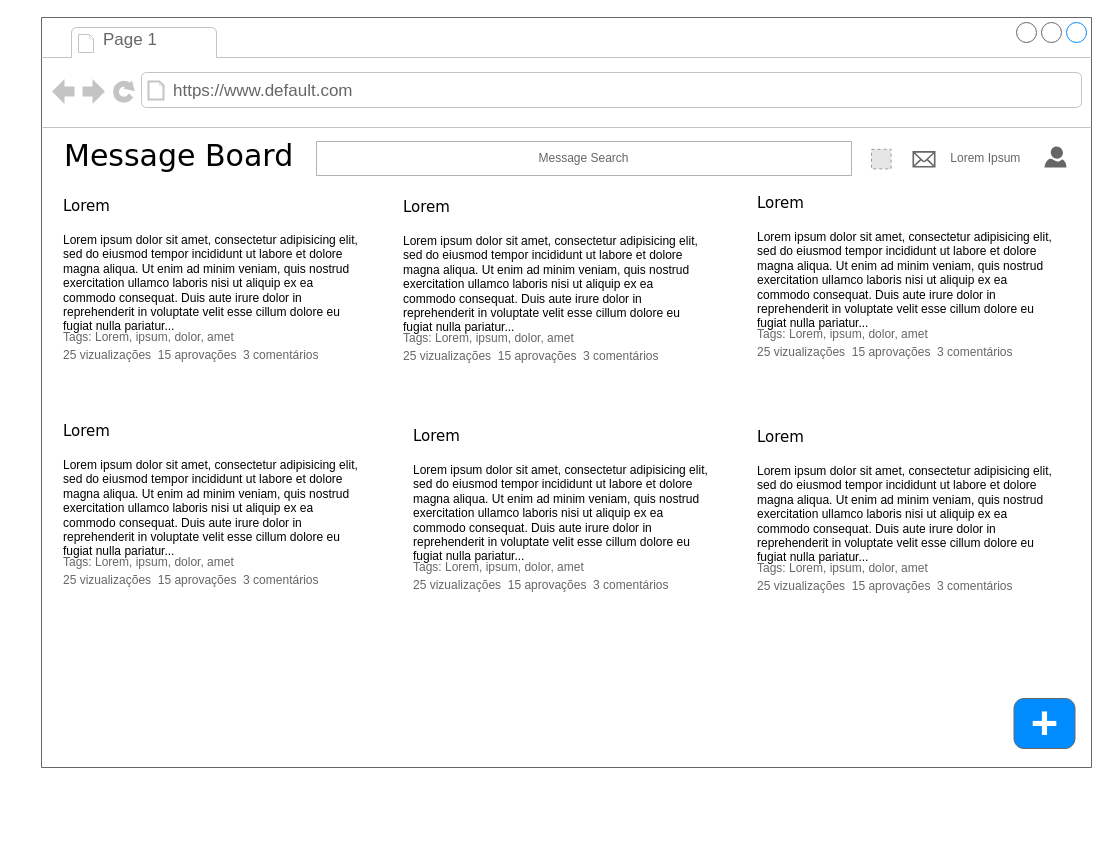
johnywalves/message-board-frontend keeps this draw.io diagram as page "home" (1 of 6) of wireframe/messageboard.drawio. Above is the earlier version. Source tidied: cells renumbered, new cells numbered last; positions are measured from the earlier drawing's top-left corner, leaving out a move shared by most shapes. Both pictures are drawn from the tidied source at 100%, with x=0, y=0 at pixel (41, 17). Pictures stored in the file or linked from it are replaced by grey dashed boxes.
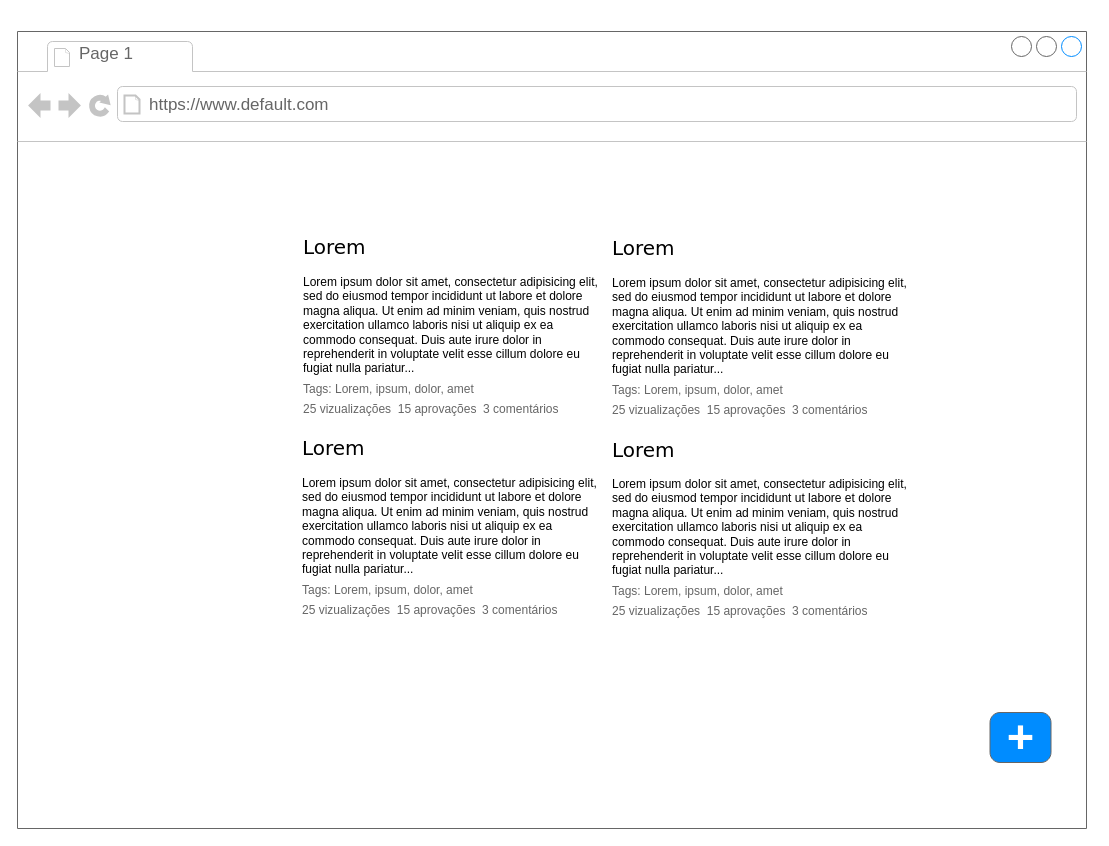
The same page after the edit.

The edit, as a diff of the source:
```diff
@@
-    <mxCell id="2" style="group;" parent="1" vertex="1">
-      <mxGeometry width="1050" height="750" as="geometry" />
-    </mxCell>
-    <mxCell id="3" style="strokeWidth=1;shadow=0;dashed=0;align=center;html=1;shape=mxgraph.mockup.containers.browserWindow;rSize=0;fillColor=#ffffff;strokeColor=#666666;mainText=,;rounded=0;labelBackgroundColor=none;fontFamily=Verdana;fontSize=12;fontColor=#000000;" parent="2" vertex="1">
-      <mxGeometry width="1050" height="750" as="geometry" />
-    </mxCell>
+    <mxCell id="44" style="strokeWidth=1;shadow=0;dashed=0;align=center;html=1;shape=mxgraph.mockup.containers.browserWindow;rSize=0;fillColor=#ffffff;strokeColor=#666666;mainText=,;rounded=0;labelBackgroundColor=none;fontFamily=Verdana;fontSize=12;fontColor=#000000;" parent="1" vertex="1">
+      <mxGeometry x="-24" y="14" width="1069" height="797" as="geometry" />
+    </mxCell>
-    <mxCell id="4" value="Page 1" style="strokeWidth=1;shadow=0;dashed=0;align=center;html=1;shape=mxgraph.mockup.containers.anchor;fontSize=17;fontColor=#666666;align=left;" parent="3" vertex="1">
+    <mxCell id="4" value="Page 1" style="strokeWidth=1;shadow=0;dashed=0;align=center;html=1;shape=mxgraph.mockup.containers.anchor;fontSize=17;fontColor=#666666;align=left;" parent="44" vertex="1">
       <mxGeometry x="60" y="11" width="110" height="23.8" as="geometry" />
     </mxCell>
-    <mxCell id="5" value="https://www.default.com" style="strokeWidth=1;shadow=0;dashed=0;align=center;html=1;shape=mxgraph.mockup.containers.anchor;rSize=0;fontSize=17;fontColor=#666666;align=left;" parent="3" vertex="1">
+    <mxCell id="5" value="https://www.default.com" style="strokeWidth=1;shadow=0;dashed=0;align=center;html=1;shape=mxgraph.mockup.containers.anchor;rSize=0;fontSize=17;fontColor=#666666;align=left;" parent="44" vertex="1">
       <mxGeometry x="130" y="61.9" width="250" height="23.8" as="geometry" />
     </mxCell>
-    <mxCell id="6" style="group;" parent="3" vertex="1">
-      <mxGeometry x="20" y="177" width="300" height="170.6" as="geometry" />
-    </mxCell>
-    <mxCell id="7" value="Lorem" style="text;html=1;align=left;verticalAlign=top;spacingTop=-4;fontSize=15;fontFamily=Verdana;fontColor=#000000;" parent="6" vertex="1">
-      <mxGeometry width="170" height="26.5" as="geometry" />
-    </mxCell>
-    <mxCell id="8" value="Lorem ipsum dolor sit amet, consectetur adipisicing elit, sed do eiusmod tempor incididunt ut labore et dolore magna aliqua. Ut enim ad minim veniam, quis nostrud exercitation ullamco laboris nisi ut aliquip ex ea commodo consequat. Duis aute irure dolor in reprehenderit in voluptate velit esse cillum dolore eu fugiat nulla pariatur..." style="text;spacingTop=-5;fillColor=#ffffff;whiteSpace=wrap;html=1;align=left;fontSize=12;fontFamily=Helvetica;fillColor=none;strokeColor=none;rounded=0;shadow=1;labelBackgroundColor=none;" parent="6" vertex="1">
-      <mxGeometry y="37" width="300" height="97" as="geometry" />
-    </mxCell>
-    <mxCell id="9" value="&lt;font color=&quot;#666666&quot;&gt;Tags: Lorem, ipsum, dolor, amet&lt;/font&gt;" style="text;spacingTop=-5;fillColor=#ffffff;whiteSpace=wrap;html=1;align=left;fontSize=12;fontFamily=Helvetica;fillColor=none;strokeColor=none;rounded=0;shadow=1;labelBackgroundColor=none;" parent="6" vertex="1">
-      <mxGeometry y="134" width="300" height="18.3" as="geometry" />
-    </mxCell>
-    <mxCell id="10" value="&lt;font color=&quot;#666666&quot;&gt;25 vizualizações&amp;nbsp;&amp;nbsp;&lt;span&gt;15 a&lt;/span&gt;provações&amp;nbsp; 3 comentários&lt;/font&gt;" style="text;spacingTop=-5;fillColor=#ffffff;whiteSpace=wrap;html=1;align=left;fontSize=12;fontFamily=Helvetica;fillColor=none;strokeColor=none;rounded=0;shadow=1;labelBackgroundColor=none;" parent="6" vertex="1">
-      <mxGeometry y="152.3" width="300" height="18.3" as="geometry" />
-    </mxCell>
-    <mxCell id="11" style="group;" parent="3" vertex="1">
-      <mxGeometry x="360" y="177.9" width="300" height="170.6" as="geometry" />
-    </mxCell>
-    <mxCell id="12" value="Lorem" style="text;html=1;align=left;verticalAlign=top;spacingTop=-4;fontSize=15;fontFamily=Verdana;fontColor=#000000;" parent="11" vertex="1">
-      <mxGeometry width="170" height="26.5" as="geometry" />
-    </mxCell>
-    <mxCell id="13" value="Lorem ipsum dolor sit amet, consectetur adipisicing elit, sed do eiusmod tempor incididunt ut labore et dolore magna aliqua. Ut enim ad minim veniam, quis nostrud exercitation ullamco laboris nisi ut aliquip ex ea commodo consequat. Duis aute irure dolor in reprehenderit in voluptate velit esse cillum dolore eu fugiat nulla pariatur..." style="text;spacingTop=-5;fillColor=#ffffff;whiteSpace=wrap;html=1;align=left;fontSize=12;fontFamily=Helvetica;fillColor=none;strokeColor=none;rounded=0;shadow=1;labelBackgroundColor=none;" parent="11" vertex="1">
-      <mxGeometry y="37" width="300" height="97" as="geometry" />
-    </mxCell>
-    <mxCell id="14" value="&lt;font color=&quot;#666666&quot;&gt;Tags: Lorem, ipsum, dolor, amet&lt;/font&gt;" style="text;spacingTop=-5;fillColor=#ffffff;whiteSpace=wrap;html=1;align=left;fontSize=12;fontFamily=Helvetica;fillColor=none;strokeColor=none;rounded=0;shadow=1;labelBackgroundColor=none;" parent="11" vertex="1">
-      <mxGeometry y="134" width="300" height="18.3" as="geometry" />
-    </mxCell>
-    <mxCell id="15" value="&lt;font color=&quot;#666666&quot;&gt;25 vizualizações&amp;nbsp;&amp;nbsp;&lt;span&gt;15 a&lt;/span&gt;provações&amp;nbsp; 3 comentários&lt;/font&gt;" style="text;spacingTop=-5;fillColor=#ffffff;whiteSpace=wrap;html=1;align=left;fontSize=12;fontFamily=Helvetica;fillColor=none;strokeColor=none;rounded=0;shadow=1;labelBackgroundColor=none;" parent="11" vertex="1">
-      <mxGeometry y="152.3" width="300" height="18.3" as="geometry" />
-    </mxCell>
-    <mxCell id="16" style="group;" parent="3" vertex="1">
-      <mxGeometry x="20" y="401.5" width="300" height="170.6" as="geometry" />
-    </mxCell>
-    <mxCell id="17" value="Lorem" style="text;html=1;align=left;verticalAlign=top;spacingTop=-4;fontSize=15;fontFamily=Verdana;fontColor=#000000;" parent="16" vertex="1">
-      <mxGeometry width="170" height="26.5" as="geometry" />
-    </mxCell>
-    <mxCell id="18" value="Lorem ipsum dolor sit amet, consectetur adipisicing elit, sed do eiusmod tempor incididunt ut labore et dolore magna aliqua. Ut enim ad minim veniam, quis nostrud exercitation ullamco laboris nisi ut aliquip ex ea commodo consequat. Duis aute irure dolor in reprehenderit in voluptate velit esse cillum dolore eu fugiat nulla pariatur..." style="text;spacingTop=-5;fillColor=#ffffff;whiteSpace=wrap;html=1;align=left;fontSize=12;fontFamily=Helvetica;fillColor=none;strokeColor=none;rounded=0;shadow=1;labelBackgroundColor=none;" parent="16" vertex="1">
-      <mxGeometry y="37" width="300" height="97" as="geometry" />
-    </mxCell>
-    <mxCell id="19" value="&lt;font color=&quot;#666666&quot;&gt;Tags: Lorem, ipsum, dolor, amet&lt;/font&gt;" style="text;spacingTop=-5;fillColor=#ffffff;whiteSpace=wrap;html=1;align=left;fontSize=12;fontFamily=Helvetica;fillColor=none;strokeColor=none;rounded=0;shadow=1;labelBackgroundColor=none;" parent="16" vertex="1">
-      <mxGeometry y="134" width="300" height="18.3" as="geometry" />
-    </mxCell>
-    <mxCell id="20" value="&lt;font color=&quot;#666666&quot;&gt;25 vizualizações&amp;nbsp;&amp;nbsp;&lt;span&gt;15 a&lt;/span&gt;provações&amp;nbsp; 3 comentários&lt;/font&gt;" style="text;spacingTop=-5;fillColor=#ffffff;whiteSpace=wrap;html=1;align=left;fontSize=12;fontFamily=Helvetica;fillColor=none;strokeColor=none;rounded=0;shadow=1;labelBackgroundColor=none;" parent="16" vertex="1">
-      <mxGeometry y="152.3" width="300" height="18.3" as="geometry" />
-    </mxCell>
-    <mxCell id="21" style="group;" parent="3" vertex="1">
-      <mxGeometry x="370" y="407" width="300" height="170.6" as="geometry" />
-    </mxCell>
-    <mxCell id="22" value="Lorem" style="text;html=1;align=left;verticalAlign=top;spacingTop=-4;fontSize=15;fontFamily=Verdana;fontColor=#000000;" parent="21" vertex="1">
-      <mxGeometry width="170" height="26.5" as="geometry" />
-    </mxCell>
-    <mxCell id="23" value="Lorem ipsum dolor sit amet, consectetur adipisicing elit, sed do eiusmod tempor incididunt ut labore et dolore magna aliqua. Ut enim ad minim veniam, quis nostrud exercitation ullamco laboris nisi ut aliquip ex ea commodo consequat. Duis aute irure dolor in reprehenderit in voluptate velit esse cillum dolore eu fugiat nulla pariatur..." style="text;spacingTop=-5;fillColor=#ffffff;whiteSpace=wrap;html=1;align=left;fontSize=12;fontFamily=Helvetica;fillColor=none;strokeColor=none;rounded=0;shadow=1;labelBackgroundColor=none;" parent="21" vertex="1">
-      <mxGeometry y="37" width="300" height="97" as="geometry" />
-    </mxCell>
-    <mxCell id="24" value="&lt;font color=&quot;#666666&quot;&gt;Tags: Lorem, ipsum, dolor, amet&lt;/font&gt;" style="text;spacingTop=-5;fillColor=#ffffff;whiteSpace=wrap;html=1;align=left;fontSize=12;fontFamily=Helvetica;fillColor=none;strokeColor=none;rounded=0;shadow=1;labelBackgroundColor=none;" parent="21" vertex="1">
-      <mxGeometry y="134" width="300" height="18.3" as="geometry" />
-    </mxCell>
-    <mxCell id="25" value="&lt;font color=&quot;#666666&quot;&gt;25 vizualizações&amp;nbsp;&amp;nbsp;&lt;span&gt;15 a&lt;/span&gt;provações&amp;nbsp; 3 comentários&lt;/font&gt;" style="text;spacingTop=-5;fillColor=#ffffff;whiteSpace=wrap;html=1;align=left;fontSize=12;fontFamily=Helvetica;fillColor=none;strokeColor=none;rounded=0;shadow=1;labelBackgroundColor=none;" parent="21" vertex="1">
-      <mxGeometry y="152.3" width="300" height="18.3" as="geometry" />
-    </mxCell>
-    <mxCell id="26" style="group;" parent="3" vertex="1">
-      <mxGeometry x="714" y="173.8" width="300" height="170.6" as="geometry" />
-    </mxCell>
-    <mxCell id="27" value="Lorem" style="text;html=1;align=left;verticalAlign=top;spacingTop=-4;fontSize=15;fontFamily=Verdana;fontColor=#000000;" parent="26" vertex="1">
-      <mxGeometry width="170" height="26.5" as="geometry" />
-    </mxCell>
-    <mxCell id="28" value="Lorem ipsum dolor sit amet, consectetur adipisicing elit, sed do eiusmod tempor incididunt ut labore et dolore magna aliqua. Ut enim ad minim veniam, quis nostrud exercitation ullamco laboris nisi ut aliquip ex ea commodo consequat. Duis aute irure dolor in reprehenderit in voluptate velit esse cillum dolore eu fugiat nulla pariatur..." style="text;spacingTop=-5;fillColor=#ffffff;whiteSpace=wrap;html=1;align=left;fontSize=12;fontFamily=Helvetica;fillColor=none;strokeColor=none;rounded=0;shadow=1;labelBackgroundColor=none;" parent="26" vertex="1">
-      <mxGeometry y="37" width="300" height="97" as="geometry" />
-    </mxCell>
-    <mxCell id="29" value="&lt;font color=&quot;#666666&quot;&gt;Tags: Lorem, ipsum, dolor, amet&lt;/font&gt;" style="text;spacingTop=-5;fillColor=#ffffff;whiteSpace=wrap;html=1;align=left;fontSize=12;fontFamily=Helvetica;fillColor=none;strokeColor=none;rounded=0;shadow=1;labelBackgroundColor=none;" parent="26" vertex="1">
-      <mxGeometry y="134" width="300" height="18.3" as="geometry" />
-    </mxCell>
-    <mxCell id="30" value="&lt;font color=&quot;#666666&quot;&gt;25 vizualizações&amp;nbsp;&amp;nbsp;&lt;span&gt;15 a&lt;/span&gt;provações&amp;nbsp; 3 comentários&lt;/font&gt;" style="text;spacingTop=-5;fillColor=#ffffff;whiteSpace=wrap;html=1;align=left;fontSize=12;fontFamily=Helvetica;fillColor=none;strokeColor=none;rounded=0;shadow=1;labelBackgroundColor=none;" parent="26" vertex="1">
-      <mxGeometry y="152.3" width="300" height="18.3" as="geometry" />
-    </mxCell>
-    <mxCell id="31" style="group;" parent="3" vertex="1">
-      <mxGeometry x="714" y="407.5" width="300" height="170.6" as="geometry" />
-    </mxCell>
-    <mxCell id="32" value="Lorem" style="text;html=1;align=left;verticalAlign=top;spacingTop=-4;fontSize=15;fontFamily=Verdana;fontColor=#000000;" parent="31" vertex="1">
-      <mxGeometry width="170" height="26.5" as="geometry" />
-    </mxCell>
-    <mxCell id="33" value="Lorem ipsum dolor sit amet, consectetur adipisicing elit, sed do eiusmod tempor incididunt ut labore et dolore magna aliqua. Ut enim ad minim veniam, quis nostrud exercitation ullamco laboris nisi ut aliquip ex ea commodo consequat. Duis aute irure dolor in reprehenderit in voluptate velit esse cillum dolore eu fugiat nulla pariatur..." style="text;spacingTop=-5;fillColor=#ffffff;whiteSpace=wrap;html=1;align=left;fontSize=12;fontFamily=Helvetica;fillColor=none;strokeColor=none;rounded=0;shadow=1;labelBackgroundColor=none;" parent="31" vertex="1">
-      <mxGeometry y="37" width="300" height="97" as="geometry" />
-    </mxCell>
-    <mxCell id="34" value="&lt;font color=&quot;#666666&quot;&gt;Tags: Lorem, ipsum, dolor, amet&lt;/font&gt;" style="text;spacingTop=-5;fillColor=#ffffff;whiteSpace=wrap;html=1;align=left;fontSize=12;fontFamily=Helvetica;fillColor=none;strokeColor=none;rounded=0;shadow=1;labelBackgroundColor=none;" parent="31" vertex="1">
-      <mxGeometry y="134" width="300" height="18.3" as="geometry" />
-    </mxCell>
-    <mxCell id="35" value="&lt;font color=&quot;#666666&quot;&gt;25 vizualizações&amp;nbsp;&amp;nbsp;&lt;span&gt;15 a&lt;/span&gt;provações&amp;nbsp; 3 comentários&lt;/font&gt;" style="text;spacingTop=-5;fillColor=#ffffff;whiteSpace=wrap;html=1;align=left;fontSize=12;fontFamily=Helvetica;fillColor=none;strokeColor=none;rounded=0;shadow=1;labelBackgroundColor=none;" parent="31" vertex="1">
-      <mxGeometry y="152.3" width="300" height="18.3" as="geometry" />
-    </mxCell>
-    <mxCell id="36" style="group;" parent="3" vertex="1">
-      <mxGeometry x="21" y="118" width="1004" height="45.7" as="geometry" />
-    </mxCell>
-    <mxCell id="37" value="Message Board" style="text;html=1;align=left;verticalAlign=top;spacingTop=-4;fontSize=30;fontFamily=Verdana;fontColor=#000000;" parent="36" vertex="1">
-      <mxGeometry width="340" height="45.7" as="geometry" />
-    </mxCell>
-    <mxCell id="38" style="fillColor=#E6E6E6;strokeColor=#999999;dashed=1;html=1;verticalAlign=top;verticalLabelPosition=bottom;labelBackgroundColor=#ffffff;fontColor=#666666;" parent="36" vertex="1">
-      <mxGeometry x="809" y="13.8" width="19.6" height="19.6" as="geometry" />
-    </mxCell>
-    <mxCell id="39" style="shape=mxgraph.signs.tech.mail;html=1;fillColor=#666666;strokeColor=none;verticalLabelPosition=bottom;verticalAlign=top;align=center;" parent="36" vertex="1">
-      <mxGeometry x="850" y="15.6" width="23" height="16.5" as="geometry" />
-    </mxCell>
-    <mxCell id="40" style="shadow=0;dashed=0;html=1;strokeColor=none;labelPosition=center;verticalLabelPosition=bottom;verticalAlign=top;align=center;shape=mxgraph.azure.user;fillColor=#666666;" parent="36" vertex="1">
-      <mxGeometry x="982" y="11" width="22" height="21" as="geometry" />
-    </mxCell>
-    <mxCell id="41" value="&lt;span&gt;Lorem Ipsum&amp;nbsp;&lt;/span&gt;" style="text;html=1;strokeColor=none;fillColor=none;align=center;verticalAlign=middle;whiteSpace=wrap;rounded=0;fontColor=#666666;" parent="36" vertex="1">
-      <mxGeometry x="880" y="13.8" width="90" height="18.3" as="geometry" />
-    </mxCell>
-    <mxCell id="42" value="Message Search" style="rounded=0;whiteSpace=wrap;html=1;fontColor=#666666;strokeColor=#B3B3B3;" parent="36" vertex="1">
-      <mxGeometry x="254" y="6" width="535" height="34" as="geometry" />
-    </mxCell>
+    <mxCell id="45" style="group;" parent="44" vertex="1">
+      <mxGeometry x="283" y="402" width="300" height="188" as="geometry" />
+    </mxCell>
+    <mxCell id="46" value="Lorem" style="text;html=1;align=left;verticalAlign=top;spacingTop=-4;fontSize=20;fontFamily=Verdana;fontColor=#000000;" parent="45" vertex="1">
+      <mxGeometry width="170" height="29.2" as="geometry" />
+    </mxCell>
+    <mxCell id="47" value="Lorem ipsum dolor sit amet, consectetur adipisicing elit, sed do eiusmod tempor incididunt ut labore et dolore magna aliqua. Ut enim ad minim veniam, quis nostrud exercitation ullamco laboris nisi ut aliquip ex ea commodo consequat. Duis aute irure dolor in reprehenderit in voluptate velit esse cillum dolore eu fugiat nulla pariatur..." style="text;spacingTop=-5;fillColor=#ffffff;whiteSpace=wrap;html=1;align=left;fontSize=12;fontFamily=Helvetica;fillColor=none;strokeColor=none;rounded=0;shadow=1;labelBackgroundColor=none;" parent="45" vertex="1">
+      <mxGeometry y="40.8" width="300" height="106.9" as="geometry" />
+    </mxCell>
+    <mxCell id="48" value="&lt;font color=&quot;#666666&quot;&gt;Tags: Lorem, ipsum, dolor, amet&lt;/font&gt;" style="text;spacingTop=-5;fillColor=#ffffff;whiteSpace=wrap;html=1;align=left;fontSize=12;fontFamily=Helvetica;fillColor=none;strokeColor=none;rounded=0;shadow=1;labelBackgroundColor=none;" parent="45" vertex="1">
+      <mxGeometry y="147.7" width="300" height="20.2" as="geometry" />
+    </mxCell>
+    <mxCell id="49" value="&lt;font color=&quot;#666666&quot;&gt;25 vizualizações&amp;nbsp;&amp;nbsp;&lt;span&gt;15 a&lt;/span&gt;provações&amp;nbsp; 3 comentários&lt;/font&gt;" style="text;spacingTop=-5;fillColor=#ffffff;whiteSpace=wrap;html=1;align=left;fontSize=12;fontFamily=Helvetica;fillColor=none;strokeColor=none;rounded=0;shadow=1;labelBackgroundColor=none;" parent="45" vertex="1">
+      <mxGeometry y="167.8" width="300" height="20.2" as="geometry" />
+    </mxCell>
-    <mxCell id="43" value="&lt;font style=&quot;font-size: 47px&quot;&gt;+&lt;/font&gt;" style="strokeWidth=1;shadow=0;dashed=0;align=center;html=1;shape=mxgraph.mockup.buttons.button;strokeColor=#666666;fontColor=#ffffff;mainText=;buttonStyle=round;fontSize=17;fontStyle=1;fillColor=#008cff;whiteSpace=wrap;" parent="3" vertex="1">
+    <mxCell id="43" value="&lt;font style=&quot;font-size: 47px&quot;&gt;+&lt;/font&gt;" style="strokeWidth=1;shadow=0;dashed=0;align=center;html=1;shape=mxgraph.mockup.buttons.button;strokeColor=#666666;fontColor=#ffffff;mainText=;buttonStyle=round;fontSize=17;fontStyle=1;fillColor=#008cff;whiteSpace=wrap;" parent="44" vertex="1">
       <mxGeometry x="972.5" y="681" width="61" height="50" as="geometry" />
     </mxCell>
+    <mxCell id="50" style="group;" parent="44" vertex="1">
+      <mxGeometry x="593" y="403.5" width="300" height="188" as="geometry" />
+    </mxCell>
+    <mxCell id="51" value="&lt;font style=&quot;font-size: 20px&quot;&gt;Lorem&lt;/font&gt;" style="text;html=1;align=left;verticalAlign=top;spacingTop=-4;fontSize=15;fontFamily=Verdana;fontColor=#000000;" parent="50" vertex="1">
+      <mxGeometry width="170" height="29.2" as="geometry" />
+    </mxCell>
+    <mxCell id="52" value="Lorem ipsum dolor sit amet, consectetur adipisicing elit, sed do eiusmod tempor incididunt ut labore et dolore magna aliqua. Ut enim ad minim veniam, quis nostrud exercitation ullamco laboris nisi ut aliquip ex ea commodo consequat. Duis aute irure dolor in reprehenderit in voluptate velit esse cillum dolore eu fugiat nulla pariatur..." style="text;spacingTop=-5;fillColor=#ffffff;whiteSpace=wrap;html=1;align=left;fontSize=12;fontFamily=Helvetica;fillColor=none;strokeColor=none;rounded=0;shadow=1;labelBackgroundColor=none;" parent="50" vertex="1">
+      <mxGeometry y="40.8" width="300" height="106.9" as="geometry" />
+    </mxCell>
+    <mxCell id="53" value="&lt;font color=&quot;#666666&quot;&gt;Tags: Lorem, ipsum, dolor, amet&lt;/font&gt;" style="text;spacingTop=-5;fillColor=#ffffff;whiteSpace=wrap;html=1;align=left;fontSize=12;fontFamily=Helvetica;fillColor=none;strokeColor=none;rounded=0;shadow=1;labelBackgroundColor=none;" parent="50" vertex="1">
+      <mxGeometry y="147.7" width="300" height="20.2" as="geometry" />
+    </mxCell>
+    <mxCell id="54" value="&lt;font color=&quot;#666666&quot;&gt;25 vizualizações&amp;nbsp;&amp;nbsp;&lt;span&gt;15 a&lt;/span&gt;provações&amp;nbsp; 3 comentários&lt;/font&gt;" style="text;spacingTop=-5;fillColor=#ffffff;whiteSpace=wrap;html=1;align=left;fontSize=12;fontFamily=Helvetica;fillColor=none;strokeColor=none;rounded=0;shadow=1;labelBackgroundColor=none;" parent="50" vertex="1">
+      <mxGeometry y="167.8" width="300" height="20.2" as="geometry" />
+    </mxCell>
+    <mxCell id="55" style="group;" parent="44" vertex="1">
+      <mxGeometry x="284" y="201" width="300" height="188" as="geometry" />
+    </mxCell>
+    <mxCell id="56" value="&lt;font style=&quot;font-size: 20px&quot;&gt;Lorem&lt;/font&gt;" style="text;html=1;align=left;verticalAlign=top;spacingTop=-4;fontSize=15;fontFamily=Verdana;fontColor=#000000;" parent="55" vertex="1">
+      <mxGeometry width="170" height="29.2" as="geometry" />
+    </mxCell>
+    <mxCell id="57" value="Lorem ipsum dolor sit amet, consectetur adipisicing elit, sed do eiusmod tempor incididunt ut labore et dolore magna aliqua. Ut enim ad minim veniam, quis nostrud exercitation ullamco laboris nisi ut aliquip ex ea commodo consequat. Duis aute irure dolor in reprehenderit in voluptate velit esse cillum dolore eu fugiat nulla pariatur..." style="text;spacingTop=-5;fillColor=#ffffff;whiteSpace=wrap;html=1;align=left;fontSize=12;fontFamily=Helvetica;fillColor=none;strokeColor=none;rounded=0;shadow=1;labelBackgroundColor=none;" parent="55" vertex="1">
+      <mxGeometry y="40.8" width="300" height="106.9" as="geometry" />
+    </mxCell>
+    <mxCell id="58" value="&lt;font color=&quot;#666666&quot;&gt;Tags: Lorem, ipsum, dolor, amet&lt;/font&gt;" style="text;spacingTop=-5;fillColor=#ffffff;whiteSpace=wrap;html=1;align=left;fontSize=12;fontFamily=Helvetica;fillColor=none;strokeColor=none;rounded=0;shadow=1;labelBackgroundColor=none;" parent="55" vertex="1">
+      <mxGeometry y="147.7" width="300" height="20.2" as="geometry" />
+    </mxCell>
+    <mxCell id="59" value="&lt;font color=&quot;#666666&quot;&gt;25 vizualizações&amp;nbsp;&amp;nbsp;&lt;span&gt;15 a&lt;/span&gt;provações&amp;nbsp; 3 comentários&lt;/font&gt;" style="text;spacingTop=-5;fillColor=#ffffff;whiteSpace=wrap;html=1;align=left;fontSize=12;fontFamily=Helvetica;fillColor=none;strokeColor=none;rounded=0;shadow=1;labelBackgroundColor=none;" parent="55" vertex="1">
+      <mxGeometry y="167.8" width="300" height="20.2" as="geometry" />
+    </mxCell>
+    <mxCell id="60" style="group;" parent="44" vertex="1">
+      <mxGeometry x="593" y="202" width="300" height="188" as="geometry" />
+    </mxCell>
+    <mxCell id="61" value="&lt;font style=&quot;font-size: 20px&quot;&gt;Lorem&lt;/font&gt;" style="text;html=1;align=left;verticalAlign=top;spacingTop=-4;fontSize=15;fontFamily=Verdana;fontColor=#000000;" parent="60" vertex="1">
+      <mxGeometry width="170" height="29.2" as="geometry" />
+    </mxCell>
+    <mxCell id="62" value="Lorem ipsum dolor sit amet, consectetur adipisicing elit, sed do eiusmod tempor incididunt ut labore et dolore magna aliqua. Ut enim ad minim veniam, quis nostrud exercitation ullamco laboris nisi ut aliquip ex ea commodo consequat. Duis aute irure dolor in reprehenderit in voluptate velit esse cillum dolore eu fugiat nulla pariatur..." style="text;spacingTop=-5;fillColor=#ffffff;whiteSpace=wrap;html=1;align=left;fontSize=12;fontFamily=Helvetica;fillColor=none;strokeColor=none;rounded=0;shadow=1;labelBackgroundColor=none;" parent="60" vertex="1">
+      <mxGeometry y="40.8" width="300" height="106.9" as="geometry" />
+    </mxCell>
+    <mxCell id="63" value="&lt;font color=&quot;#666666&quot;&gt;Tags: Lorem, ipsum, dolor, amet&lt;/font&gt;" style="text;spacingTop=-5;fillColor=#ffffff;whiteSpace=wrap;html=1;align=left;fontSize=12;fontFamily=Helvetica;fillColor=none;strokeColor=none;rounded=0;shadow=1;labelBackgroundColor=none;" parent="60" vertex="1">
+      <mxGeometry y="147.7" width="300" height="20.2" as="geometry" />
+    </mxCell>
+    <mxCell id="64" value="&lt;font color=&quot;#666666&quot;&gt;25 vizualizações&amp;nbsp;&amp;nbsp;&lt;span&gt;15 a&lt;/span&gt;provações&amp;nbsp; 3 comentários&lt;/font&gt;" style="text;spacingTop=-5;fillColor=#ffffff;whiteSpace=wrap;html=1;align=left;fontSize=12;fontFamily=Helvetica;fillColor=none;strokeColor=none;rounded=0;shadow=1;labelBackgroundColor=none;" parent="60" vertex="1">
+      <mxGeometry y="167.8" width="300" height="20.2" as="geometry" />
+    </mxCell>
```
